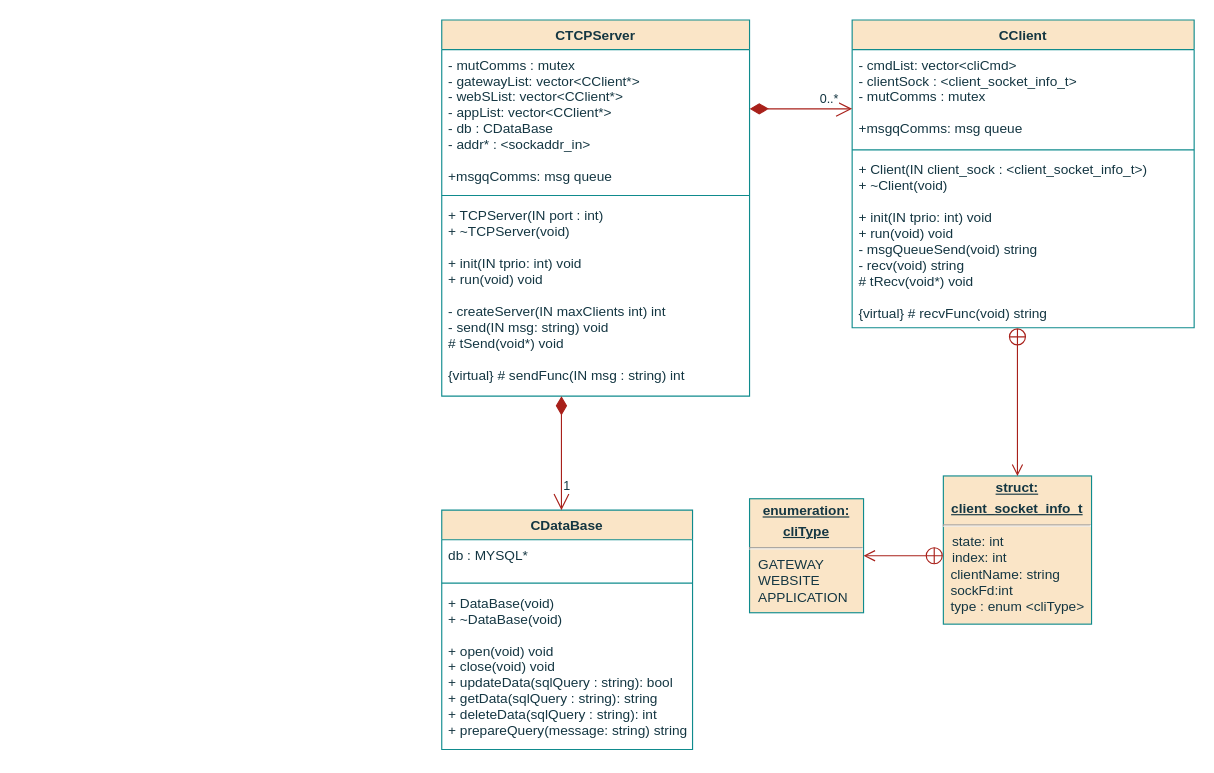
Before: page "Class" (3 of 14) of documentation/flowcharts/RS/RS.drawio in ESRGgroup9/slipad, a draw.io diagram. Source tidied: cells renumbered, new cells numbered last; positions are measured from the earlier drawing's top-left corner, leaving out a move shared by most shapes. Both pictures are drawn from the tidied source at 114%, with x=0, y=0 at pixel (441, 19).
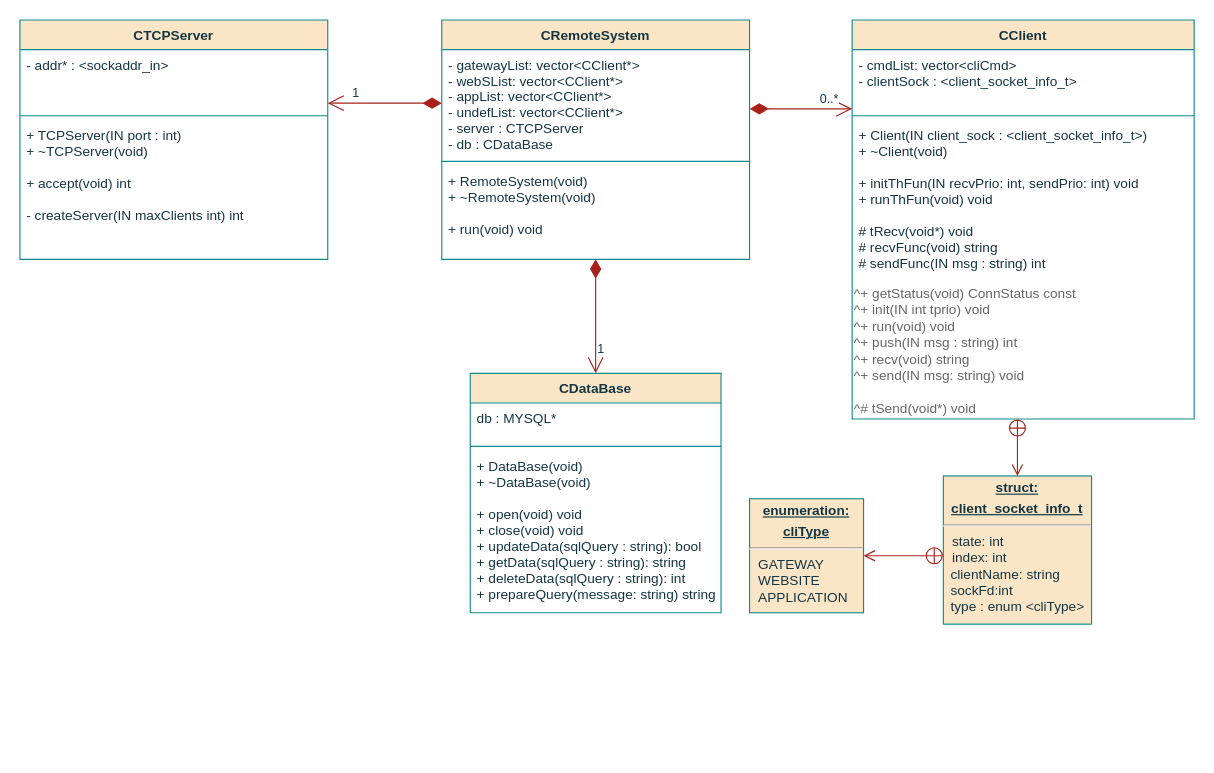
The same page after the edit.

Unchanged cells that the change refers to:
```xml
<mxCell id="17" value="&lt;p style=&quot;margin: 0px ; margin-top: 4px ; text-align: center ; text-decoration: underline&quot;&gt;&lt;b&gt;struct:&lt;/b&gt;&lt;/p&gt;&lt;p style=&quot;margin: 0px ; margin-top: 4px ; text-align: center ; text-decoration: underline&quot;&gt;&lt;b&gt;client_socket_info_t&lt;br&gt;&lt;/b&gt;&lt;/p&gt;&lt;hr&gt;&lt;p style=&quot;margin: 0px ; margin-left: 8px&quot;&gt;state: int&lt;/p&gt;&lt;p style=&quot;margin: 0px ; margin-left: 8px&quot;&gt;&lt;span class=&quot;pl-c1&quot;&gt;index&lt;/span&gt;: int&lt;/p&gt;&lt;div&gt;&amp;nbsp; clientName: string&lt;/div&gt;&lt;div&gt;&amp;nbsp; sockFd:int&lt;/div&gt;&lt;div&gt;&amp;nbsp; type : enum &amp;lt;cliType&amp;gt;&lt;/div&gt;" style="verticalAlign=top;align=left;overflow=fill;fontSize=12;fontFamily=Helvetica;html=1;fillColor=#FAE5C7;strokeColor=#0F8B8D;fontColor=#143642;" parent="1" vertex="1">
  <mxGeometry x="440" y="400" width="130" height="130" as="geometry" />
</mxCell>
```

The edit, as a diff of the source:
```diff
@@
-    <mxCell id="2" value="CTCPServer" style="swimlane;fontStyle=1;align=center;verticalAlign=top;horizontal=1;startSize=26;fillColor=#FAE5C7;strokeColor=#0F8B8D;fontColor=#143642;" parent="1" vertex="1">
-      <mxGeometry width="270" height="330" as="geometry" />
+    <mxCell id="2" value="CRemoteSystem" style="swimlane;fontStyle=1;align=center;verticalAlign=top;horizontal=1;startSize=26;fillColor=#FAE5C7;strokeColor=#0F8B8D;fontColor=#143642;" parent="1" vertex="1">
+      <mxGeometry width="270" height="210" as="geometry" />
     </mxCell>
-    <mxCell id="3" value="-  mutComms : mutex&#10;- gatewayList: vector&lt;CClient*&gt;&#10;- webSList: vector&lt;CClient*&gt;&#10;- appList: vector&lt;CClient*&gt;&#10;- db : CDataBase&#10;- addr* : &lt;sockaddr_in&gt;&#10;&#10;+msgqComms: msg queue&#10;" style="text;strokeColor=none;fillColor=none;align=left;verticalAlign=top;spacingLeft=4;spacingRight=4;overflow=hidden;points=[[0,0.5],[1,0.5]];portConstraint=eastwest;fontColor=#143642;" parent="2" vertex="1">
-      <mxGeometry y="26" width="270" height="124" as="geometry" />
+    <mxCell id="3" value="- gatewayList: vector&lt;CClient*&gt;&#10;- webSList: vector&lt;CClient*&gt;&#10;- appList: vector&lt;CClient*&gt;&#10;- undefList: vector&lt;CClient*&gt;&#10;- server : CTCPServer&#10;- db : CDataBase" style="text;strokeColor=none;fillColor=none;align=left;verticalAlign=top;spacingLeft=4;spacingRight=4;overflow=hidden;points=[[0,0.5],[1,0.5]];portConstraint=eastwest;fontColor=#143642;" parent="2" vertex="1">
+      <mxGeometry y="26" width="270" height="94" as="geometry" />
     </mxCell>
     <mxCell id="4" style="line;strokeWidth=1;fillColor=none;align=left;verticalAlign=middle;spacingTop=-1;spacingLeft=3;spacingRight=3;labelPosition=right;labelBackgroundColor=#DAD2D8;strokeColor=#0F8B8D;fontColor=#143642;" parent="2" vertex="1">
-      <mxGeometry y="150" width="270" height="8" as="geometry" />
+      <mxGeometry y="120" width="270" height="8" as="geometry" />
     </mxCell>
-    <mxCell id="5" value="+ TCPServer(IN port : int)&#10;+ ~TCPServer(void)&#10;&#10;+ init(IN  tprio: int) void&#10;+ run(void) void&#10;&#10;- createServer(IN maxClients int) int &#10;- send(IN msg: string) void&#10;# tSend(void*) void&#10;&#10;{virtual} # sendFunc(IN msg : string) int " style="text;strokeColor=none;fillColor=none;align=left;verticalAlign=top;spacingLeft=4;spacingRight=4;overflow=hidden;points=[[0,0.5],[1,0.5]];portConstraint=eastwest;fontColor=#143642;" parent="2" vertex="1">
-      <mxGeometry y="158" width="270" height="172" as="geometry" />
+    <mxCell id="5" value="+ RemoteSystem(void)&#10;+ ~RemoteSystem(void)&#10;&#10;+ run(void) void" style="text;strokeColor=none;fillColor=none;align=left;verticalAlign=top;spacingLeft=4;spacingRight=4;overflow=hidden;points=[[0,0.5],[1,0.5]];portConstraint=eastwest;fontColor=#143642;" parent="2" vertex="1">
+      <mxGeometry y="128" width="270" height="82" as="geometry" />
     </mxCell>
     <mxCell id="6" value="CClient" style="swimlane;fontStyle=1;align=center;verticalAlign=top;horizontal=1;startSize=26;fillColor=#FAE5C7;strokeColor=#0F8B8D;fontColor=#143642;" parent="1" vertex="1">
-      <mxGeometry x="360" width="300" height="270" as="geometry" />
+      <mxGeometry x="360" width="300" height="350" as="geometry" />
     </mxCell>
-    <mxCell id="7" value="- cmdList: vector&lt;cliCmd&gt;&#10;- clientSock : &lt;client_socket_info_t&gt;&#10;- mutComms : mutex&#10;&#10;+msgqComms: msg queue&#10;" style="text;strokeColor=none;fillColor=none;align=left;verticalAlign=top;spacingLeft=4;spacingRight=4;overflow=hidden;points=[[0,0.5],[1,0.5]];portConstraint=eastwest;fontColor=#143642;" parent="6" vertex="1">
-      <mxGeometry y="26" width="300" height="84" as="geometry" />
+    <mxCell id="7" value="- cmdList: vector&lt;cliCmd&gt;&#10;- clientSock : &lt;client_socket_info_t&gt;" style="text;strokeColor=none;fillColor=none;align=left;verticalAlign=top;spacingLeft=4;spacingRight=4;overflow=hidden;points=[[0,0.5],[1,0.5]];portConstraint=eastwest;fontColor=#143642;" parent="6" vertex="1">
+      <mxGeometry y="26" width="300" height="54" as="geometry" />
     </mxCell>
     <mxCell id="8" style="line;strokeWidth=1;fillColor=none;align=left;verticalAlign=middle;spacingTop=-1;spacingLeft=3;spacingRight=3;labelPosition=right;labelBackgroundColor=#DAD2D8;strokeColor=#0F8B8D;fontColor=#143642;" parent="6" vertex="1">
-      <mxGeometry y="110" width="300" height="8" as="geometry" />
+      <mxGeometry y="80" width="300" height="8" as="geometry" />
     </mxCell>
-    <mxCell id="9" value="+ Client(IN client_sock : &lt;client_socket_info_t&gt;)&#10;+ ~Client(void)&#10;&#10;+ init(IN tprio: int) void&#10;+ run(void) void&#10;- msgQueueSend(void) string&#10;- recv(void) string&#10;# tRecv(void*) void&#10;&#10;{virtual} # recvFunc(void) string" style="text;strokeColor=none;fillColor=none;align=left;verticalAlign=top;spacingLeft=4;spacingRight=4;overflow=hidden;points=[[0,0.5],[1,0.5]];portConstraint=eastwest;fontColor=#143642;" parent="6" vertex="1">
-      <mxGeometry y="118" width="300" height="152" as="geometry" />
+    <mxCell id="9" value="+ Client(IN client_sock : &lt;client_socket_info_t&gt;)&#10;+ ~Client(void)&#10;&#10;+ initThFun(IN recvPrio: int, sendPrio: int) void&#10;+ runThFun(void) void&#10;&#10;# tRecv(void*) void&#10; # recvFunc(void) string&#10;# sendFunc(IN msg : string) int" style="text;strokeColor=none;fillColor=none;align=left;verticalAlign=top;spacingLeft=4;spacingRight=4;overflow=hidden;points=[[0,0.5],[1,0.5]];portConstraint=eastwest;fontColor=#143642;" parent="6" vertex="1">
+      <mxGeometry y="88" width="300" height="142" as="geometry" />
     </mxCell>
+    <mxCell id="20" value="&lt;div&gt;&lt;font color=&quot;#666666&quot;&gt;^+ getStatus(void) ConnStatus const&lt;br&gt;^+ init(IN int tprio) void&lt;br&gt;^+ run(void) void&lt;br&gt;^+ push(IN msg : string) int&lt;/font&gt;&lt;/div&gt;&lt;div&gt;&lt;font color=&quot;#666666&quot;&gt;^+ recv(void) string&lt;br&gt;^+ send(IN msg: string) void&lt;/font&gt;&lt;/div&gt;&lt;div&gt;&lt;font color=&quot;#666666&quot;&gt;&lt;br&gt;&lt;/font&gt;&lt;/div&gt;&lt;div align=&quot;left&quot;&gt;&lt;font color=&quot;#666666&quot;&gt;^# tSend(void*) void&lt;/font&gt;&lt;/div&gt;" style="text;html=1;strokeColor=none;fillColor=none;align=left;verticalAlign=middle;whiteSpace=wrap;rounded=0;fontColor=#000000;" parent="6" vertex="1">
+      <mxGeometry y="230" width="300" height="120" as="geometry" />
+    </mxCell>
@@
     <mxCell id="11" value="CDataBase" style="swimlane;fontStyle=1;align=center;verticalAlign=top;horizontal=1;startSize=26;fillColor=#FAE5C7;strokeColor=#0F8B8D;fontColor=#143642;" parent="1" vertex="1">
-      <mxGeometry y="430" width="220" height="210" as="geometry" />
+      <mxGeometry x="25" y="310" width="220" height="210" as="geometry" />
     </mxCell>
@@
-    <mxCell id="18" style="endArrow=open;startArrow=circlePlus;endFill=0;startFill=0;endSize=8;html=1;rounded=1;sketch=0;fontColor=#143642;strokeColor=#A8201A;fillColor=#FAE5C7;entryX=0.5;entryY=0;entryDx=0;entryDy=0;edgeStyle=orthogonalEdgeStyle;" parent="1" edge="1" source="9" target="17">
+    <mxCell id="18" style="endArrow=open;startArrow=circlePlus;endFill=0;startFill=0;endSize=8;html=1;rounded=1;sketch=0;fontColor=#143642;strokeColor=#A8201A;fillColor=#FAE5C7;entryX=0.5;entryY=0;entryDx=0;entryDy=0;edgeStyle=orthogonalEdgeStyle;" parent="1" edge="1" source="20" target="17">
       <mxGeometry relative="1" as="geometry">
         <Array as="points">
-          <mxPoint x="505" y="260" />
-          <mxPoint x="505" y="260" />
+          <mxPoint x="505" y="370" />
+          <mxPoint x="505" y="370" />
         </Array>
       </mxGeometry>
     </mxCell>
@@
+    <mxCell id="21" value="CTCPServer" style="swimlane;fontStyle=1;align=center;verticalAlign=top;horizontal=1;startSize=26;fillColor=#FAE5C7;strokeColor=#0F8B8D;fontColor=#143642;" parent="1" vertex="1">
+      <mxGeometry x="-370" width="270" height="210" as="geometry" />
+    </mxCell>
+    <mxCell id="22" value="- addr* : &lt;sockaddr_in&gt;" style="text;strokeColor=none;fillColor=none;align=left;verticalAlign=top;spacingLeft=4;spacingRight=4;overflow=hidden;points=[[0,0.5],[1,0.5]];portConstraint=eastwest;fontColor=#143642;" parent="21" vertex="1">
+      <mxGeometry y="26" width="270" height="54" as="geometry" />
+    </mxCell>
+    <mxCell id="23" style="line;strokeWidth=1;fillColor=none;align=left;verticalAlign=middle;spacingTop=-1;spacingLeft=3;spacingRight=3;labelPosition=right;labelBackgroundColor=#DAD2D8;strokeColor=#0F8B8D;fontColor=#143642;" parent="21" vertex="1">
+      <mxGeometry y="80" width="270" height="8" as="geometry" />
+    </mxCell>
+    <mxCell id="24" value="+ TCPServer(IN port : int)&#10;+ ~TCPServer(void)&#10;&#10;+ accept(void) int&#10;&#10;- createServer(IN maxClients int) int " style="text;strokeColor=none;fillColor=none;align=left;verticalAlign=top;spacingLeft=4;spacingRight=4;overflow=hidden;fontColor=#143642;" parent="21" vertex="1">
+      <mxGeometry y="88" width="270" height="122" as="geometry" />
+    </mxCell>
+    <mxCell id="25" value="1" style="endArrow=open;html=1;endSize=12;startArrow=diamondThin;startSize=14;startFill=1;edgeStyle=orthogonalEdgeStyle;align=left;verticalAlign=bottom;rounded=1;labelBackgroundColor=default;sketch=0;fontColor=#143642;strokeColor=#A8201A;fillColor=#FAE5C7;curved=0;" parent="1" edge="1" source="3" target="22">
+      <mxGeometry x="0.6" relative="1" as="geometry">
+        <Array as="points">
+          <mxPoint x="-70" y="73" />
+          <mxPoint x="-70" y="73" />
+        </Array>
+      </mxGeometry>
+    </mxCell>
```
